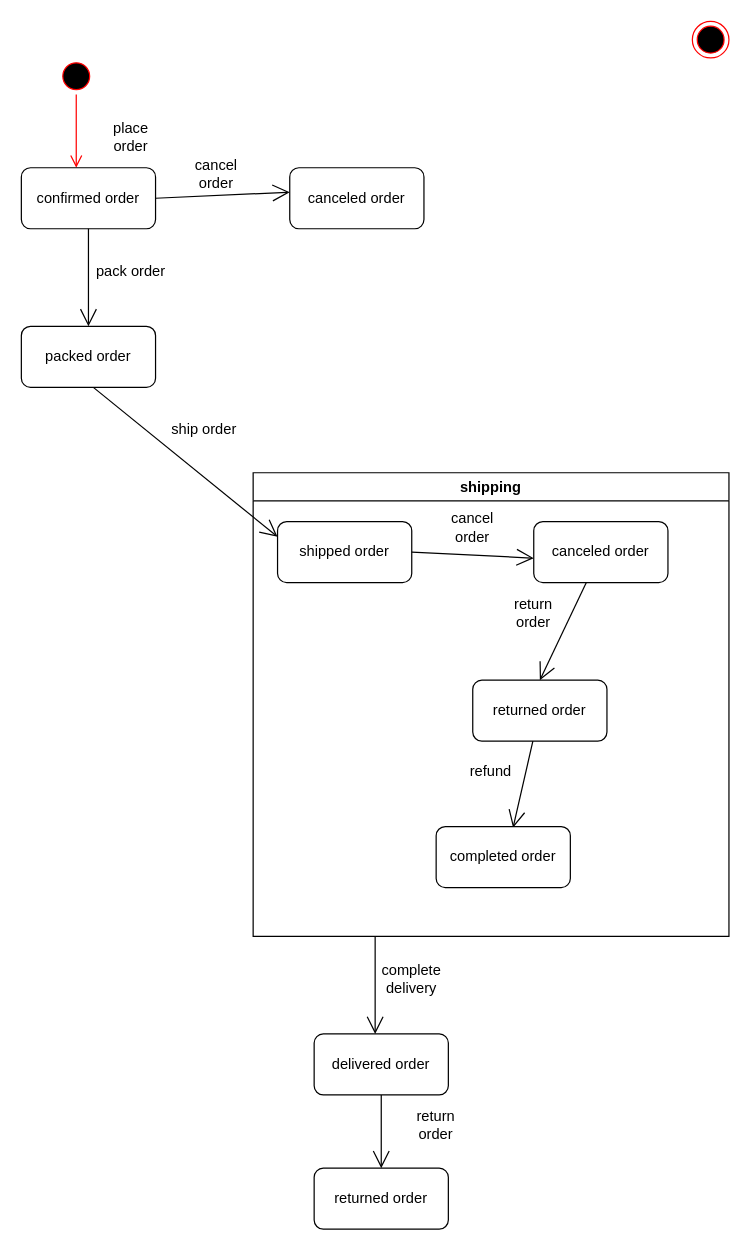
natasha-kiara/use-case-diagrams keeps this draw.io diagram as finals-state-diagram.drawio. Above is the earlier version. Source tidied: cells renumbered, new cells numbered last; positions are measured from the earlier drawing's top-left corner, leaving out a move shared by most shapes. Both pictures are drawn from the tidied source at 122%, with x=0, y=0 at pixel (21, 21).
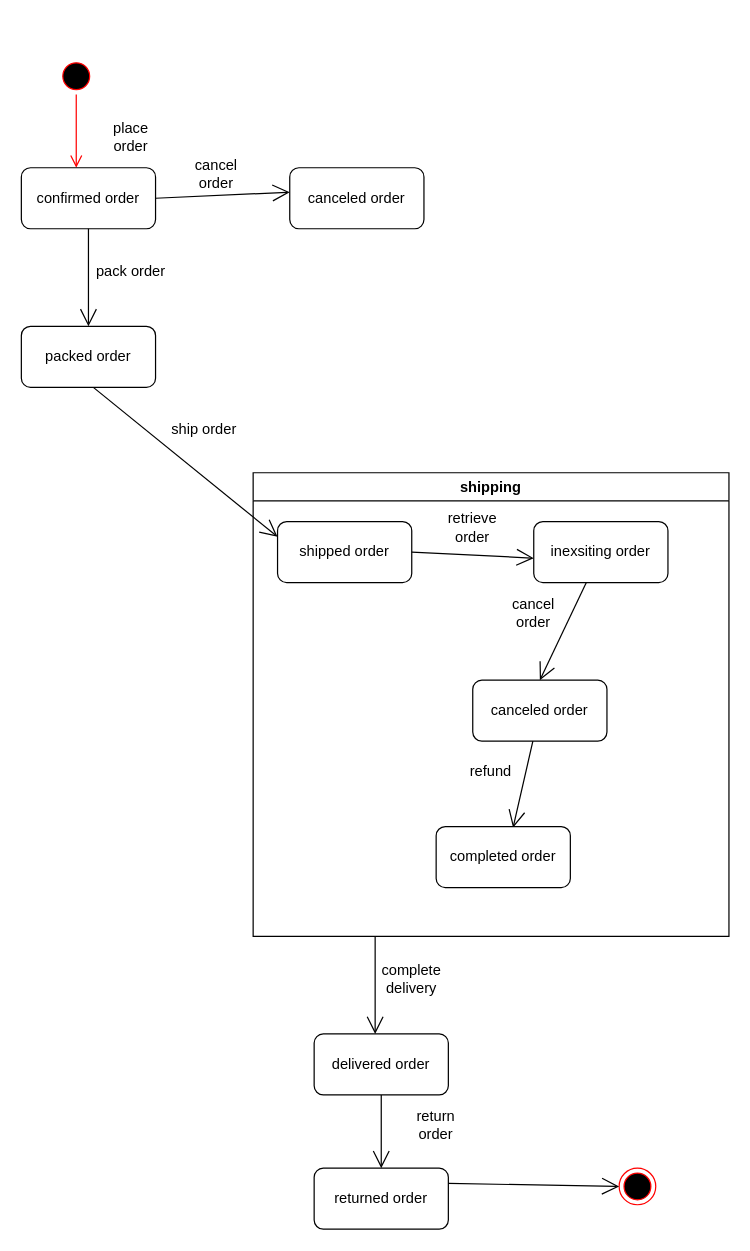
The same page after the edit.

Unchanged cells that the change refers to:
```xml
<mxCell id="19" value="returned order" style="html=1;whiteSpace=wrap;rounded=1;" parent="1" vertex="1">
  <mxGeometry x="240" y="940" width="110" height="50" as="geometry" />
</mxCell>
<mxCell id="21" value="shipping" style="swimlane;whiteSpace=wrap;html=1;" parent="1" vertex="1">
  <mxGeometry x="190" y="370" width="390" height="380" as="geometry" />
</mxCell>
```

Change to the diagram source:
```diff
@@
     <mxCell id="4" style="ellipse;html=1;shape=endState;fillColor=#000000;strokeColor=#ff0000;" parent="1" vertex="1">
-      <mxGeometry x="550" width="30" height="30" as="geometry" />
+      <mxGeometry x="490" y="940" width="30" height="30" as="geometry" />
     </mxCell>
@@
-    <mxCell id="24" value="can&lt;span style=&quot;background-color: initial;&quot;&gt;cel order&lt;/span&gt;" style="text;html=1;align=center;verticalAlign=middle;whiteSpace=wrap;rounded=0;" parent="21" vertex="1">
+    <mxCell id="24" value="retrieve order" style="text;html=1;align=center;verticalAlign=middle;whiteSpace=wrap;rounded=0;" parent="21" vertex="1">
       <mxGeometry x="150" y="30" width="60" height="30" as="geometry" />
     </mxCell>
-    <mxCell id="25" value="canceled order" style="html=1;whiteSpace=wrap;rounded=1;" parent="21" vertex="1">
+    <mxCell id="25" value="inexsiting order" style="html=1;whiteSpace=wrap;rounded=1;" parent="21" vertex="1">
       <mxGeometry x="230" y="40" width="110" height="50" as="geometry" />
     </mxCell>
@@
-    <mxCell id="27" value="returned order" style="html=1;whiteSpace=wrap;rounded=1;" parent="21" vertex="1">
+    <mxCell id="27" value="canceled order" style="html=1;whiteSpace=wrap;rounded=1;" parent="21" vertex="1">
       <mxGeometry x="180" y="170" width="110" height="50" as="geometry" />
     </mxCell>
-    <mxCell id="28" value="return order" style="text;html=1;align=center;verticalAlign=middle;whiteSpace=wrap;rounded=0;" parent="21" vertex="1">
+    <mxCell id="28" value="cancel order" style="text;html=1;align=center;verticalAlign=middle;whiteSpace=wrap;rounded=0;" parent="21" vertex="1">
       <mxGeometry x="200" y="100" width="60" height="30" as="geometry" />
     </mxCell>
@@
+    <mxCell id="32" style="endArrow=open;endFill=1;endSize=12;html=1;rounded=0;exitX=1;exitY=0.25;exitDx=0;exitDy=0;entryX=0;entryY=0.5;entryDx=0;entryDy=0;" parent="1" edge="1" source="19" target="4">
+      <mxGeometry relative="1" as="geometry" />
+    </mxCell>
```
